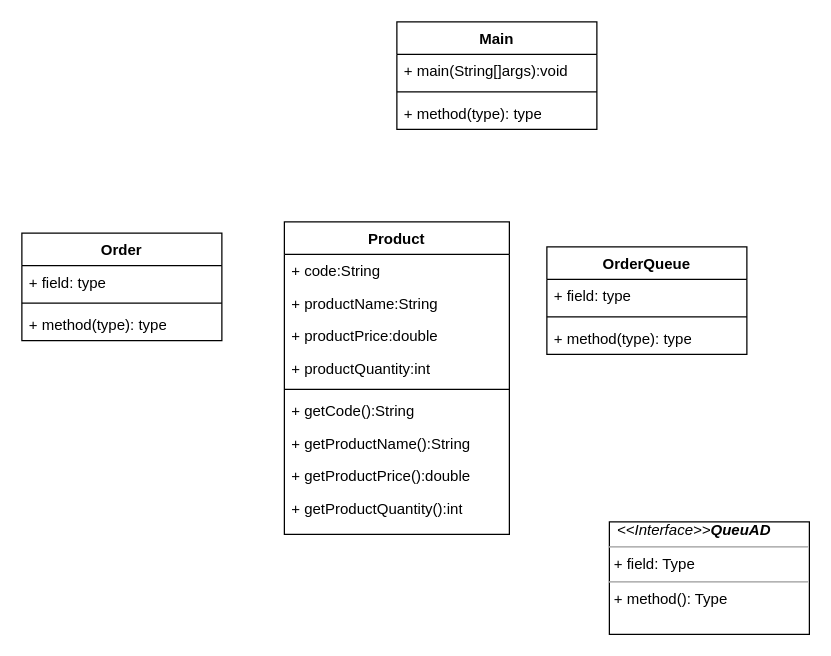
Above: DSAprojecgt.drawio in khanh8603/khanh8603 (draw.io), before the change. Source tidied: cells renumbered, new cells numbered last; positions are measured from the earlier drawing's top-left corner, leaving out a move shared by most shapes. Both pictures are drawn from the tidied source at 125%, with x=0, y=0 at pixel (21, 21).
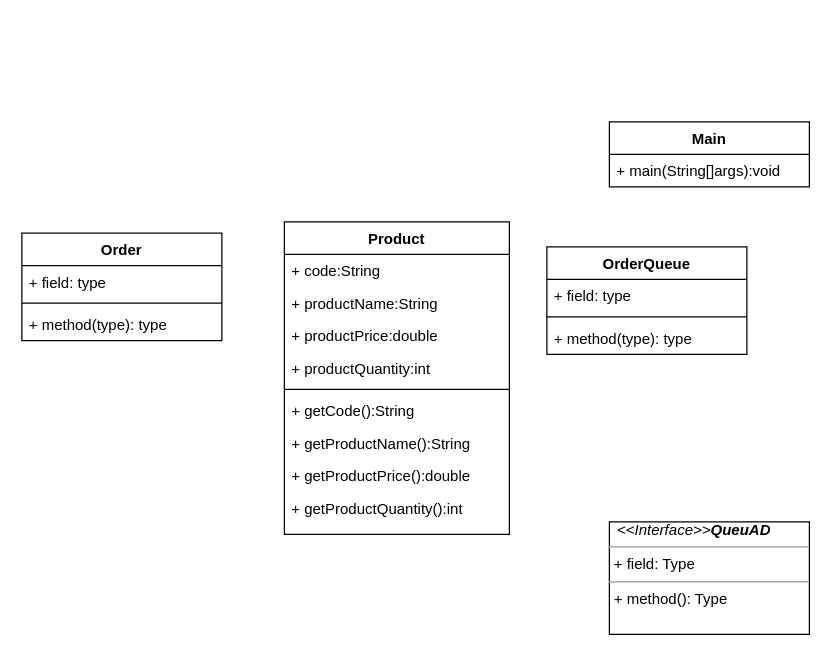
The same page after the edit.

Commit message (it also covers changes not shown here):
Cập nhật DSAprojecgt.drawio

Change to the diagram source:
```diff
@@
     <mxCell id="20" value="Main" style="swimlane;fontStyle=1;align=center;verticalAlign=top;horizontal=1;startSize=26;whiteSpace=wrap;html=1;" parent="1" vertex="1">
-      <mxGeometry x="300" width="160" height="86" as="geometry" />
+      <mxGeometry x="470" y="80" width="160" height="52" as="geometry" />
     </mxCell>
@@
-    <mxCell id="22" style="line;strokeWidth=1;fillColor=none;align=left;verticalAlign=middle;spacingTop=-1;spacingLeft=3;spacingRight=3;labelPosition=right;strokeColor=inherit;" parent="20" vertex="1">
-      <mxGeometry y="52" width="160" height="8" as="geometry" />
-    </mxCell>
-    <mxCell id="23" value="+ method(type): type" style="text;strokeColor=none;fillColor=none;align=left;verticalAlign=top;spacingLeft=4;spacingRight=4;overflow=hidden;whiteSpace=wrap;html=1;" parent="20" vertex="1">
-      <mxGeometry y="60" width="160" height="26" as="geometry" />
-    </mxCell>
```
